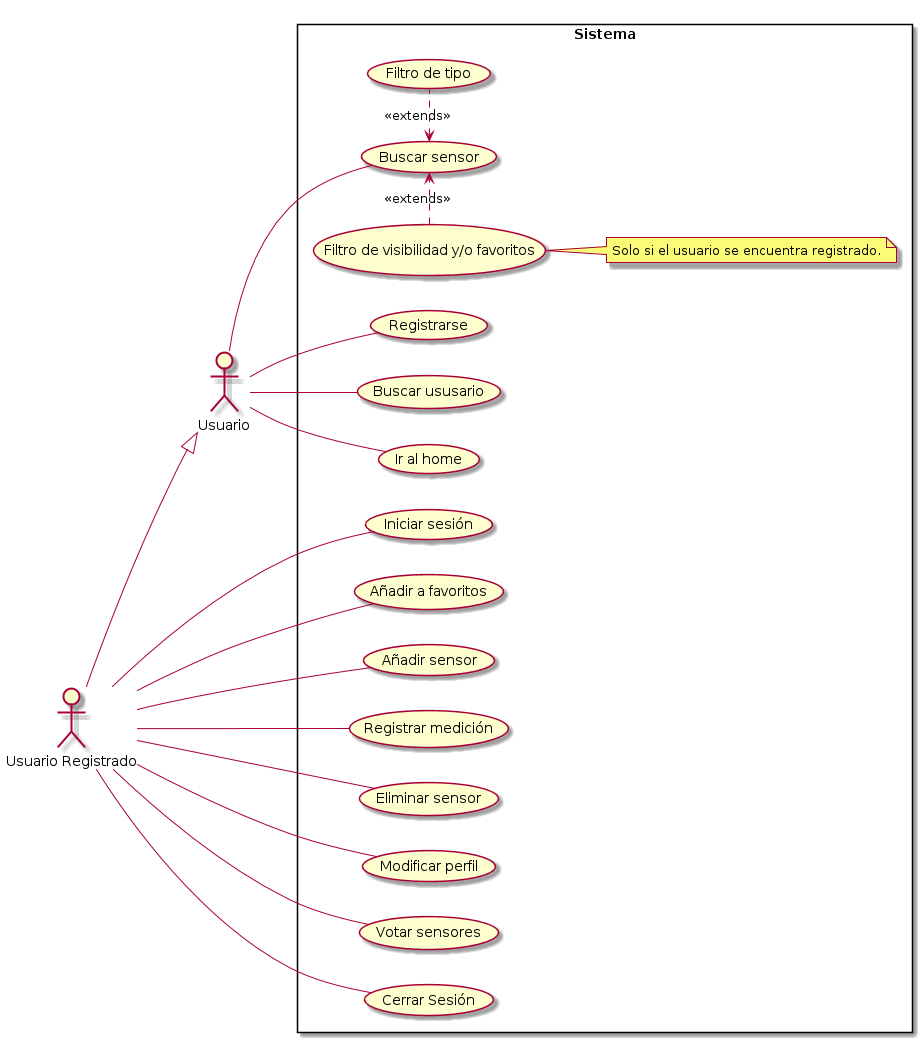
Before: Diagramas/Casos de Uso/Casos de Uso.png, a diagram exported from PlantUML (Canario0/SSW).
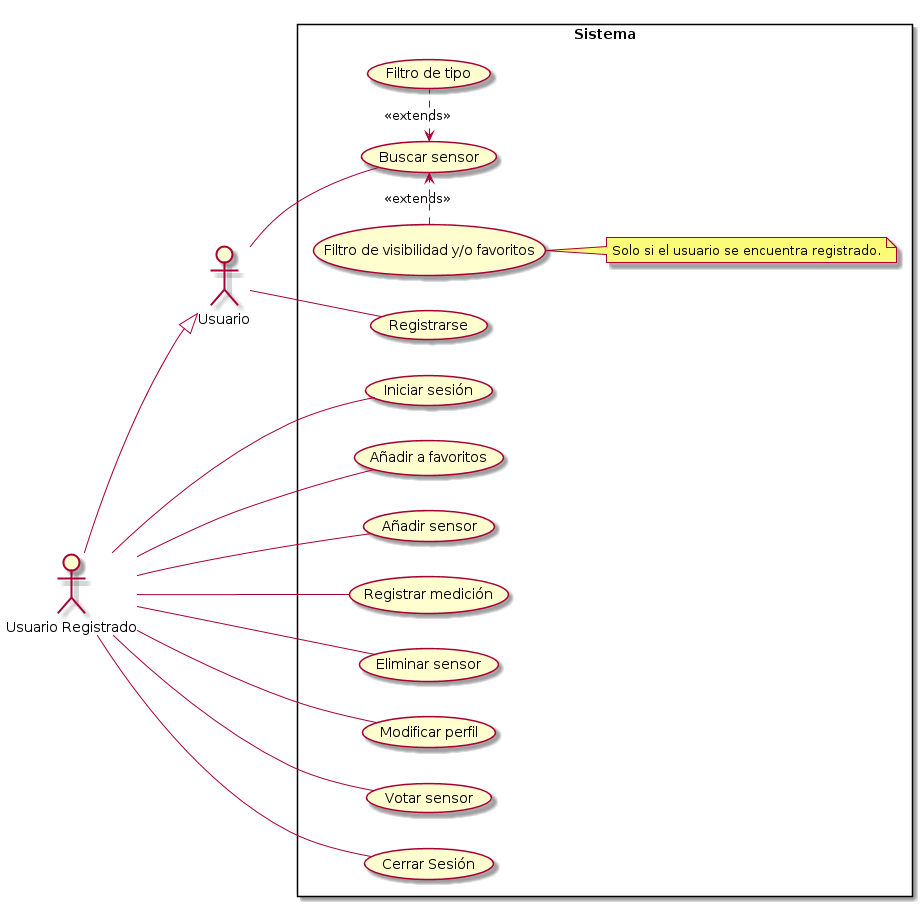
After the commit.

What changed in the source:
```diff
@@ -9,7 +9,6 @@
 rectangle Sistema{
     usecase (Registrarse) as RegUser
     usecase (Buscar sensor) as BusqSensor
-    usecase (Buscar ususario) as BusqUser
     usecase (Filtro de tipo) as Filtro1
     usecase (Iniciar sesión) as Sesion
     usecase (Añadir a favoritos) as Fav
@@ -18,17 +17,13 @@
     usecase (Registrar medición) as RegMedicion
     usecase (Eliminar sensor) as EliSensor
     usecase (Modificar perfil) as EditPer
-    usecase (Votar sensores) as VotarSensors
-
+    usecase (Votar sensor) as VotarSensors
     usecase (Cerrar Sesión) as CerrarSesion
-    usecase (Ir al home) as PaginaPrincipal
 
     User -- RegUser
     User -- BusqSensor
     BusqSensor <. Filtro1 : << extends >>
     Filtro2 .right.> BusqSensor : << extends >>
-    User -- BusqUser
-    User -- PaginaPrincipal
     Registrado -- Sesion
     Registrado -- CerrarSesion
     Registrado -- Fav
```
